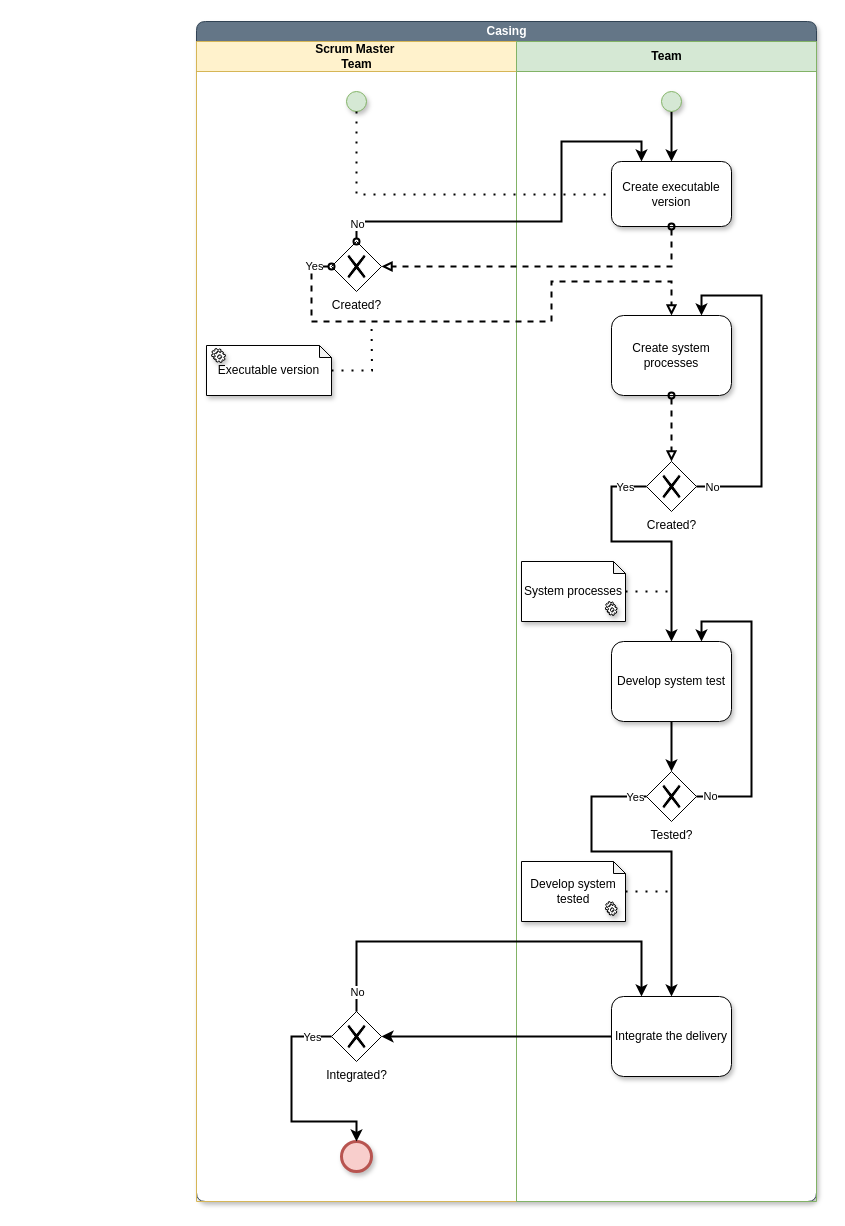
Above: page "Casing" (9 of 12) of BPMN_Pre-game.drawio in JavierCabreraDev/Metodologia_Practica (draw.io), before the change. Source tidied: cells renumbered, new cells numbered last; positions are measured from the earlier drawing's top-left corner, leaving out a move shared by most shapes. Both pictures are drawn from the tidied source at 100%, with x=0, y=0 at pixel (196, 21).
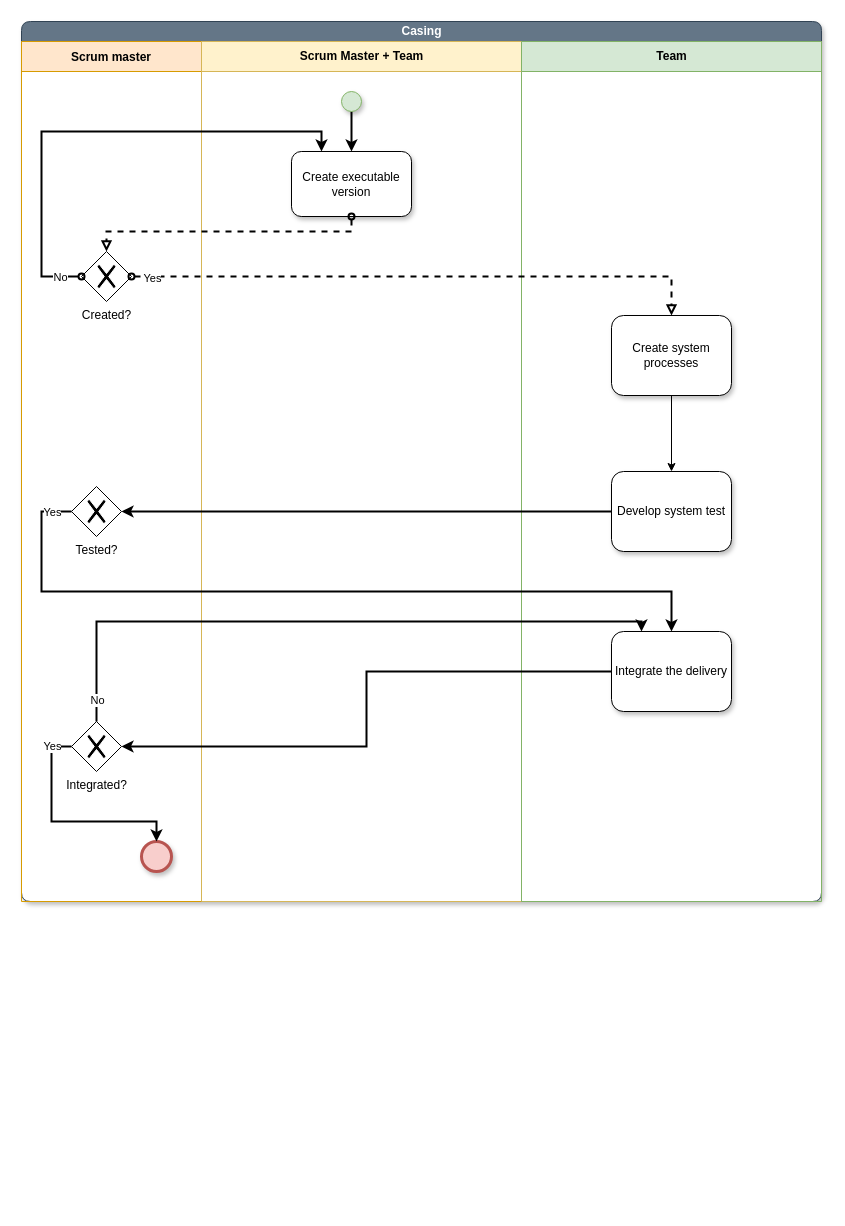
The same diagram, later.

The change refers to these unchanged cells:
```xml
<mxCell id="19" value="Create system processes" style="shape=ext;rounded=1;html=1;whiteSpace=wrap;shadow=1;glass=0;gradientColor=none;" parent="1" vertex="1">
  <mxGeometry x="415" y="294" width="120" height="80" as="geometry" />
</mxCell>
```

The edit, as a diff of the source:
```diff
@@
     <mxCell id="2" value="Casing" style="swimlane;html=1;startSize=20;shadow=1;glass=0;swimlaneFillColor=#ffffff;fillColor=#647687;strokeColor=#314354;fontColor=#ffffff;rounded=1;" parent="1" vertex="1">
-      <mxGeometry width="620" height="1180" as="geometry" />
+      <mxGeometry x="-175" width="800" height="880" as="geometry" />
     </mxCell>
+    <mxCell id="49" value="Scrum master" style="swimlane;startSize=30;fillColor=#ffe6cc;strokeColor=#d79b00;" parent="2" vertex="1">
+      <mxGeometry y="20" width="180" height="860" as="geometry" />
+    </mxCell>
+    <mxCell id="5" value="Created?" style="shape=mxgraph.bpmn.shape;html=1;verticalLabelPosition=bottom;labelBackgroundColor=#ffffff;verticalAlign=top;align=center;perimeter=rhombusPerimeter;background=gateway;outlineConnect=0;outline=none;symbol=exclusiveGw;" parent="49" vertex="1">
+      <mxGeometry x="60" y="210" width="50" height="50" as="geometry" />
+    </mxCell>
+    <mxCell id="11" value="Tested?" style="shape=mxgraph.bpmn.shape;html=1;verticalLabelPosition=bottom;labelBackgroundColor=#ffffff;verticalAlign=top;align=center;perimeter=rhombusPerimeter;background=gateway;outlineConnect=0;outline=none;symbol=exclusiveGw;" parent="49" vertex="1">
+      <mxGeometry x="50" y="445" width="50" height="50" as="geometry" />
+    </mxCell>
+    <mxCell id="8" value="Integrated?" style="shape=mxgraph.bpmn.shape;html=1;verticalLabelPosition=bottom;labelBackgroundColor=#ffffff;verticalAlign=top;align=center;perimeter=rhombusPerimeter;background=gateway;outlineConnect=0;outline=none;symbol=exclusiveGw;" parent="49" vertex="1">
+      <mxGeometry x="50" y="680" width="50" height="50" as="geometry" />
+    </mxCell>
-    <mxCell id="3" value="Scrum Master&amp;nbsp;&lt;br&gt;Team" style="swimlane;html=1;startSize=30;fillColor=#fff2cc;strokeColor=#d6b656;shadow=0;" parent="2" vertex="1">
-      <mxGeometry y="20" width="320" height="1160" as="geometry" />
+    <mxCell id="3" value="Scrum Master + Team" style="swimlane;html=1;startSize=30;fillColor=#fff2cc;strokeColor=#d6b656;shadow=0;" parent="2" vertex="1">
+      <mxGeometry x="180" y="20" width="320" height="860" as="geometry" />
     </mxCell>
-    <mxCell id="4" style="ellipse;whiteSpace=wrap;html=1;shadow=1;glass=0;fillColor=#d5e8d4;strokeColor=#82b366;" parent="3" vertex="1">
-      <mxGeometry x="150" y="50" width="20" height="20" as="geometry" />
-    </mxCell>
-    <mxCell id="5" value="Created?" style="shape=mxgraph.bpmn.shape;html=1;verticalLabelPosition=bottom;labelBackgroundColor=#ffffff;verticalAlign=top;align=center;perimeter=rhombusPerimeter;background=gateway;outlineConnect=0;outline=none;symbol=exclusiveGw;" parent="3" vertex="1">
-      <mxGeometry x="135" y="200" width="50" height="50" as="geometry" />
-    </mxCell>
-    <mxCell id="6" value="Executable version" style="shape=note;whiteSpace=wrap;html=1;backgroundOutline=1;darkOpacity=0.05;rounded=0;shadow=1;glass=0;gradientColor=none;size=12;" parent="3" vertex="1">
-      <mxGeometry x="10" y="304" width="125" height="50" as="geometry" />
-    </mxCell>
-    <mxCell id="7" style="shape=mxgraph.bpmn.service_task;html=1;rounded=0;shadow=1;glass=0;gradientColor=none;" parent="3" vertex="1">
-      <mxGeometry x="15" y="307" width="14" height="14" as="geometry" />
-    </mxCell>
-    <mxCell id="8" value="Integrated?" style="shape=mxgraph.bpmn.shape;html=1;verticalLabelPosition=bottom;labelBackgroundColor=#ffffff;verticalAlign=top;align=center;perimeter=rhombusPerimeter;background=gateway;outlineConnect=0;outline=none;symbol=exclusiveGw;" parent="3" vertex="1">
-      <mxGeometry x="135" y="970" width="50" height="50" as="geometry" />
-    </mxCell>
     <mxCell id="9" value="Team" style="swimlane;html=1;startSize=30;fillColor=#d5e8d4;strokeColor=#82b366;rounded=0;shadow=0;" parent="2" vertex="1">
-      <mxGeometry x="320" y="20" width="300" height="1160" as="geometry" />
+      <mxGeometry x="500" y="20" width="300" height="860" as="geometry" />
     </mxCell>
-    <mxCell id="10" value="Created?" style="shape=mxgraph.bpmn.shape;html=1;verticalLabelPosition=bottom;labelBackgroundColor=#ffffff;verticalAlign=top;align=center;perimeter=rhombusPerimeter;background=gateway;outlineConnect=0;outline=none;symbol=exclusiveGw;" parent="9" vertex="1">
-      <mxGeometry x="130" y="420" width="50" height="50" as="geometry" />
-    </mxCell>
-    <mxCell id="11" value="Tested?" style="shape=mxgraph.bpmn.shape;html=1;verticalLabelPosition=bottom;labelBackgroundColor=#ffffff;verticalAlign=top;align=center;perimeter=rhombusPerimeter;background=gateway;outlineConnect=0;outline=none;symbol=exclusiveGw;" parent="9" vertex="1">
-      <mxGeometry x="130" y="730" width="50" height="50" as="geometry" />
-    </mxCell>
     <mxCell id="12" value="Create executable version" style="shape=ext;rounded=1;html=1;whiteSpace=wrap;shadow=1;glass=0;gradientColor=none;" parent="1" vertex="1">
-      <mxGeometry x="415" y="140" width="120" height="65" as="geometry" />
+      <mxGeometry x="95" y="130" width="120" height="65" as="geometry" />
     </mxCell>
-    <mxCell id="13" style="edgeStyle=orthogonalEdgeStyle;rounded=0;jettySize=auto;html=1;startArrow=none;startFill=0;endArrow=none;endFill=0;strokeWidth=2;dashed=1;dashPattern=1 4;" parent="1" edge="1" source="4" target="12">
-      <mxGeometry relative="1" as="geometry">
-        <Array as="points">
-          <mxPoint x="160" y="173" />
-        </Array>
-      </mxGeometry>
-    </mxCell>
@@
     <mxCell id="15" style="ellipse;whiteSpace=wrap;html=1;shadow=1;glass=0;fillColor=#d5e8d4;strokeColor=#82b366;" parent="1" vertex="1">
-      <mxGeometry x="465" y="70" width="20" height="20" as="geometry" />
+      <mxGeometry x="145" y="70" width="20" height="20" as="geometry" />
     </mxCell>
-    <mxCell id="16" style="edgeStyle=orthogonalEdgeStyle;rounded=0;jettySize=auto;html=1;entryX=1;entryY=0.5;entryDx=0;entryDy=0;startArrow=oval;startFill=0;endArrow=block;endFill=0;strokeWidth=2;dashed=1;" parent="1" edge="1" source="12" target="5">
+    <mxCell id="16" style="edgeStyle=orthogonalEdgeStyle;rounded=0;jettySize=auto;html=1;entryX=0.5;entryY=0;entryDx=0;entryDy=0;startArrow=oval;startFill=0;endArrow=block;endFill=0;strokeWidth=2;dashed=1;" parent="1" edge="1" source="12" target="5">
       <mxGeometry relative="1" as="geometry">
         <Array as="points">
-          <mxPoint x="475" y="245" />
+          <mxPoint x="155" y="210" />
+          <mxPoint x="-90" y="210" />
         </Array>
       </mxGeometry>
     </mxCell>
     <mxCell id="17" style="edgeStyle=orthogonalEdgeStyle;rounded=0;jettySize=auto;html=1;entryX=0.25;entryY=0;entryDx=0;entryDy=0;startArrow=oval;startFill=0;endArrow=classic;endFill=1;strokeWidth=2;" parent="1" edge="1" source="5" target="12">
       <mxGeometry relative="1" as="geometry">
         <Array as="points">
-          <mxPoint x="160" y="200" />
-          <mxPoint x="365" y="200" />
-          <mxPoint x="365" y="120" />
-          <mxPoint x="445" y="120" />
+          <mxPoint x="-155" y="255" />
+          <mxPoint x="-155" y="110" />
+          <mxPoint x="125" y="110" />
         </Array>
       </mxGeometry>
     </mxCell>
@@
+    <mxCell id="50" style="edgeStyle=orthogonalEdgeStyle;rounded=0;jettySize=auto;html=1;entryX=0.5;entryY=0;entryDx=0;entryDy=0;startArrow=none;startFill=0;endArrow=classic;endFill=1;" parent="1" edge="1" source="19" target="29">
+      <mxGeometry relative="1" as="geometry" />
+    </mxCell>
@@
     <mxCell id="20" style="edgeStyle=orthogonalEdgeStyle;rounded=0;jettySize=auto;html=1;startArrow=oval;startFill=0;endArrow=block;endFill=0;strokeWidth=2;dashed=1;" parent="1" edge="1" source="5" target="19">
       <mxGeometry relative="1" as="geometry">
         <Array as="points">
-          <mxPoint x="115" y="245" />
-          <mxPoint x="115" y="300" />
-          <mxPoint x="355" y="300" />
-          <mxPoint x="355" y="260" />
-          <mxPoint x="475" y="260" />
+          <mxPoint x="475" y="255" />
         </Array>
       </mxGeometry>
     </mxCell>
@@
-    <mxCell id="22" style="edgeStyle=orthogonalEdgeStyle;rounded=0;jettySize=auto;html=1;dashed=1;startArrow=none;startFill=0;endArrow=none;endFill=0;strokeWidth=2;dashPattern=1 4;" parent="1" edge="1" source="6">
-      <mxGeometry relative="1" as="geometry">
-        <mxPoint x="175" y="300" as="targetPoint" />
-      </mxGeometry>
-    </mxCell>
-    <mxCell id="23" style="edgeStyle=orthogonalEdgeStyle;rounded=0;jettySize=auto;html=1;dashed=1;startArrow=oval;startFill=0;endArrow=block;endFill=0;strokeWidth=2;entryX=0.5;entryY=0;entryDx=0;entryDy=0;exitX=0.5;exitY=1;exitDx=0;exitDy=0;" parent="1" edge="1" source="19" target="10">
-      <mxGeometry relative="1" as="geometry">
-        <Array as="points">
-          <mxPoint x="475" y="374" />
-          <mxPoint x="475" y="440" />
-        </Array>
-      </mxGeometry>
-    </mxCell>
-    <mxCell id="24" style="edgeStyle=orthogonalEdgeStyle;rounded=0;jettySize=auto;html=1;entryX=0.75;entryY=0;entryDx=0;entryDy=0;startArrow=none;startFill=0;endArrow=classic;endFill=1;strokeWidth=2;exitX=1;exitY=0.5;exitDx=0;exitDy=0;" parent="1" edge="1" source="10" target="19">
-      <mxGeometry relative="1" as="geometry">
-        <Array as="points">
-          <mxPoint x="565" y="465" />
-          <mxPoint x="565" y="274" />
-          <mxPoint x="505" y="274" />
-        </Array>
-      </mxGeometry>
-    </mxCell>
-    <mxCell id="25" value="No" style="edgeLabel;html=1;align=center;verticalAlign=middle;" parent="24" vertex="1">
-      <mxGeometry x="-0.87" relative="1" as="geometry">
-        <mxPoint x="-7" as="offset" />
-      </mxGeometry>
-    </mxCell>
-    <mxCell id="26" style="group;" parent="1" vertex="1">
-      <mxGeometry x="325" y="540" width="104" height="60" as="geometry" />
-    </mxCell>
-    <mxCell id="27" value="System processes" style="shape=note;whiteSpace=wrap;html=1;backgroundOutline=1;darkOpacity=0.05;rounded=0;shadow=1;glass=0;gradientColor=none;size=12;" parent="26" vertex="1">
-      <mxGeometry width="104" height="60" as="geometry" />
-    </mxCell>
-    <mxCell id="28" style="shape=mxgraph.bpmn.service_task;html=1;rounded=0;shadow=1;glass=0;gradientColor=none;" parent="26" vertex="1">
-      <mxGeometry x="83.9" y="40" width="11.7" height="14" as="geometry" />
-    </mxCell>
     <mxCell id="29" value="Develop system test" style="shape=ext;rounded=1;html=1;whiteSpace=wrap;shadow=1;glass=0;gradientColor=none;" parent="1" vertex="1">
-      <mxGeometry x="415" y="620" width="120" height="80" as="geometry" />
+      <mxGeometry x="415" y="450" width="120" height="80" as="geometry" />
     </mxCell>
-    <mxCell id="30" style="edgeStyle=orthogonalEdgeStyle;rounded=0;jettySize=auto;html=1;entryX=0.5;entryY=0;entryDx=0;entryDy=0;startArrow=none;startFill=0;endArrow=classic;endFill=1;strokeWidth=2;" parent="1" edge="1" source="10" target="29">
-      <mxGeometry relative="1" as="geometry">
-        <Array as="points">
-          <mxPoint x="415" y="465" />
-          <mxPoint x="415" y="520" />
-          <mxPoint x="475" y="520" />
-        </Array>
-      </mxGeometry>
-    </mxCell>
-    <mxCell id="31" value="Yes" style="edgeLabel;html=1;align=center;verticalAlign=middle;" parent="30" vertex="1">
-      <mxGeometry x="-0.77" y="-1" relative="1" as="geometry">
-        <mxPoint x="7.6" y="1" as="offset" />
-      </mxGeometry>
-    </mxCell>
-    <mxCell id="32" style="edgeStyle=orthogonalEdgeStyle;rounded=0;jettySize=auto;html=1;startArrow=none;startFill=0;endArrow=none;endFill=0;strokeWidth=2;dashed=1;dashPattern=1 4;" parent="1" edge="1" source="27">
-      <mxGeometry relative="1" as="geometry">
-        <mxPoint x="475" y="570" as="targetPoint" />
-      </mxGeometry>
-    </mxCell>
@@
-    <mxCell id="34" style="edgeStyle=orthogonalEdgeStyle;rounded=0;jettySize=auto;html=1;entryX=0.75;entryY=0;entryDx=0;entryDy=0;startArrow=none;startFill=0;endArrow=classic;endFill=1;strokeWidth=2;exitX=1;exitY=0.5;exitDx=0;exitDy=0;" parent="1" edge="1" source="11" target="29">
-      <mxGeometry relative="1" as="geometry">
-        <Array as="points">
-          <mxPoint x="555" y="775" />
-          <mxPoint x="555" y="600" />
-          <mxPoint x="505" y="600" />
-        </Array>
-      </mxGeometry>
-    </mxCell>
-    <mxCell id="35" value="No" style="edgeLabel;html=1;align=center;verticalAlign=middle;" parent="34" vertex="1">
-      <mxGeometry x="-0.91" y="1" relative="1" as="geometry" />
-    </mxCell>
-    <mxCell id="36" style="group;" parent="1" vertex="1">
-      <mxGeometry x="325" y="840" width="104" height="60" as="geometry" />
-    </mxCell>
-    <mxCell id="37" value="Develop system tested" style="shape=note;whiteSpace=wrap;html=1;backgroundOutline=1;darkOpacity=0.05;rounded=0;shadow=1;glass=0;gradientColor=none;size=12;" parent="36" vertex="1">
-      <mxGeometry width="104" height="60" as="geometry" />
-    </mxCell>
-    <mxCell id="38" style="shape=mxgraph.bpmn.service_task;html=1;rounded=0;shadow=1;glass=0;gradientColor=none;" parent="36" vertex="1">
-      <mxGeometry x="83.9" y="40" width="11.7" height="14" as="geometry" />
-    </mxCell>
@@
     <mxCell id="40" value="Integrate the delivery" style="shape=ext;rounded=1;html=1;whiteSpace=wrap;shadow=1;glass=0;gradientColor=none;" parent="1" vertex="1">
-      <mxGeometry x="415" y="975" width="120" height="80" as="geometry" />
+      <mxGeometry x="415" y="610" width="120" height="80" as="geometry" />
     </mxCell>
     <mxCell id="41" style="edgeStyle=orthogonalEdgeStyle;rounded=0;jettySize=auto;html=1;startArrow=none;startFill=0;endArrow=classic;endFill=1;strokeWidth=2;" parent="1" edge="1" source="11" target="40">
       <mxGeometry relative="1" as="geometry">
         <Array as="points">
-          <mxPoint x="395" y="775" />
-          <mxPoint x="395" y="830" />
-          <mxPoint x="475" y="830" />
+          <mxPoint x="-155" y="490" />
+          <mxPoint x="-155" y="570" />
+          <mxPoint x="475" y="570" />
         </Array>
       </mxGeometry>
     </mxCell>
     <mxCell id="42" value="Yes" style="edgeLabel;html=1;align=center;verticalAlign=middle;" parent="41" vertex="1">
-      <mxGeometry x="-0.93" relative="1" as="geometry" />
+      <mxGeometry x="-0.93" relative="1" as="geometry">
+        <mxPoint x="7.1" as="offset" />
+      </mxGeometry>
     </mxCell>
-    <mxCell id="43" style="edgeStyle=orthogonalEdgeStyle;rounded=0;jettySize=auto;html=1;startArrow=none;startFill=0;endArrow=none;endFill=0;strokeWidth=2;dashed=1;dashPattern=1 4;" parent="1" edge="1" source="37">
-      <mxGeometry relative="1" as="geometry">
-        <mxPoint x="475" y="870" as="targetPoint" />
-      </mxGeometry>
-    </mxCell>
     <mxCell id="44" style="shape=mxgraph.bpmn.shape;html=1;verticalLabelPosition=bottom;labelBackgroundColor=#ffffff;verticalAlign=top;align=center;perimeter=ellipsePerimeter;outlineConnect=0;outline=end;symbol=general;rounded=0;shadow=1;glass=0;fillColor=#f8cecc;strokeColor=#b85450;" parent="1" vertex="1">
-      <mxGeometry x="145" y="1120" width="30" height="30" as="geometry" />
+      <mxGeometry x="-55" y="820" width="30" height="30" as="geometry" />
     </mxCell>
     <mxCell id="45" style="edgeStyle=orthogonalEdgeStyle;rounded=0;jettySize=auto;html=1;entryX=0.25;entryY=0;entryDx=0;entryDy=0;startArrow=none;startFill=0;endArrow=classic;endFill=1;strokeWidth=2;" parent="1" edge="1" source="8" target="40">
       <mxGeometry relative="1" as="geometry">
         <Array as="points">
-          <mxPoint x="160" y="920" />
-          <mxPoint x="445" y="920" />
+          <mxPoint x="-100" y="600" />
+          <mxPoint x="445" y="600" />
         </Array>
       </mxGeometry>
     </mxCell>
     <mxCell id="46" value="No" style="edgeLabel;html=1;align=center;verticalAlign=middle;" parent="45" vertex="1">
       <mxGeometry x="-0.9" y="1" relative="1" as="geometry">
-        <mxPoint x="1" as="offset" />
+        <mxPoint x="1" y="11.4" as="offset" />
       </mxGeometry>
     </mxCell>
     <mxCell id="47" style="edgeStyle=orthogonalEdgeStyle;rounded=0;jettySize=auto;html=1;entryX=0.5;entryY=0;entryDx=0;entryDy=0;startArrow=none;startFill=0;endArrow=classic;endFill=1;strokeWidth=2;" parent="1" edge="1" source="8" target="44">
       <mxGeometry relative="1" as="geometry">
         <Array as="points">
-          <mxPoint x="95" y="1015" />
-          <mxPoint x="95" y="1100" />
-          <mxPoint x="160" y="1100" />
+          <mxPoint x="-145" y="725" />
+          <mxPoint x="-145" y="800" />
+          <mxPoint x="-40" y="800" />
         </Array>
       </mxGeometry>
     </mxCell>
     <mxCell id="48" value="Yes" style="edgeLabel;html=1;align=center;verticalAlign=middle;" parent="47" vertex="1">
       <mxGeometry x="-0.66" y="-3" relative="1" as="geometry">
-        <mxPoint x="16" y="3" as="offset" />
+        <mxPoint x="3" y="-17.1" as="offset" />
       </mxGeometry>
     </mxCell>
```
